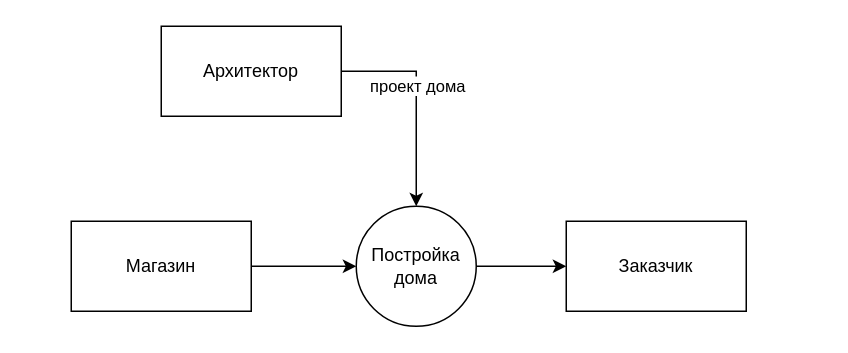
danaddi/draw.io keeps this draw.io diagram as mbp22.drawio. Above is the earlier version. Source tidied: cells renumbered, new cells numbered last; positions are measured from the earlier drawing's top-left corner, leaving out a move shared by most shapes. Both pictures are drawn from the tidied source at 150%, with x=0, y=0 at pixel (70, 26).
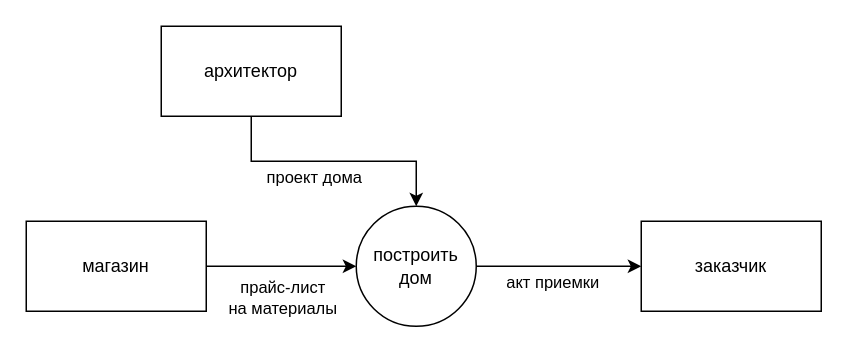
Above is the later version.

What changed in the source:
```diff
@@
 <mxGraphModel>
   <root>
     <mxCell id="0" />
     <mxCell id="1" parent="0" />
     <mxCell id="2" style="edgeStyle=orthogonalEdgeStyle;rounded=0;jettySize=auto;html=1;" parent="1" edge="1" source="3" target="4">
       <mxGeometry relative="1" as="geometry" />
     </mxCell>
+    <mxCell id="10" value="акт приемки" style="edgeLabel;html=1;align=center;verticalAlign=middle;" parent="2" vertex="1">
+      <mxGeometry x="-0.29" y="2" relative="1" as="geometry">
+        <mxPoint x="11" y="12" as="offset" />
+      </mxGeometry>
+    </mxCell>
-    <mxCell id="3" value="Постройка дома" style="ellipse;whiteSpace=wrap;html=1;" parent="1" vertex="1">
+    <mxCell id="3" value="построить дом" style="ellipse;whiteSpace=wrap;html=1;" parent="1" vertex="1">
       <mxGeometry x="190" y="120" width="80" height="80" as="geometry" />
     </mxCell>
-    <mxCell id="4" value="Заказчик" style="whiteSpace=wrap;html=1;" parent="1" vertex="1">
-      <mxGeometry x="330" y="130" width="120" height="60" as="geometry" />
+    <mxCell id="4" value="заказчик" style="whiteSpace=wrap;html=1;" parent="1" vertex="1">
+      <mxGeometry x="380" y="130" width="120" height="60" as="geometry" />
     </mxCell>
     <mxCell id="5" style="edgeStyle=orthogonalEdgeStyle;rounded=0;jettySize=auto;html=1;" parent="1" edge="1" source="7" target="3">
-      <mxGeometry relative="1" as="geometry" />
+      <mxGeometry relative="1" as="geometry">
+        <Array as="points">
+          <mxPoint x="120" y="90" />
+          <mxPoint x="230" y="90" />
+        </Array>
+      </mxGeometry>
     </mxCell>
     <mxCell id="6" value="проект дома" style="edgeLabel;html=1;align=center;verticalAlign=middle;" parent="5" vertex="1">
-      <mxGeometry x="-0.16" relative="1" as="geometry" />
+      <mxGeometry x="-0.16" relative="1" as="geometry">
+        <mxPoint y="10" as="offset" />
+      </mxGeometry>
     </mxCell>
-    <mxCell id="7" value="Архитектор" style="rounded=0;whiteSpace=wrap;html=1;" parent="1" vertex="1">
+    <mxCell id="7" value="архитектор" style="rounded=0;whiteSpace=wrap;html=1;" parent="1" vertex="1">
       <mxGeometry x="60" width="120" height="60" as="geometry" />
     </mxCell>
     <mxCell id="8" style="edgeStyle=orthogonalEdgeStyle;rounded=0;jettySize=auto;html=1;" parent="1" edge="1" source="9" target="3">
       <mxGeometry relative="1" as="geometry" />
     </mxCell>
+    <mxCell id="11" value="прайс-лист&lt;div&gt;на материалы&lt;/div&gt;" style="edgeLabel;html=1;align=center;verticalAlign=middle;" parent="8" vertex="1">
+      <mxGeometry x="-0.1" relative="1" as="geometry">
+        <mxPoint x="5" y="20" as="offset" />
+      </mxGeometry>
+    </mxCell>
-    <mxCell id="9" value="Магазин" style="rounded=0;whiteSpace=wrap;html=1;" parent="1" vertex="1">
-      <mxGeometry y="130" width="120" height="60" as="geometry" />
+    <mxCell id="9" value="магазин" style="rounded=0;whiteSpace=wrap;html=1;" parent="1" vertex="1">
+      <mxGeometry x="-30" y="130" width="120" height="60" as="geometry" />
     </mxCell>
   </root>
 </mxGraphModel>
```
